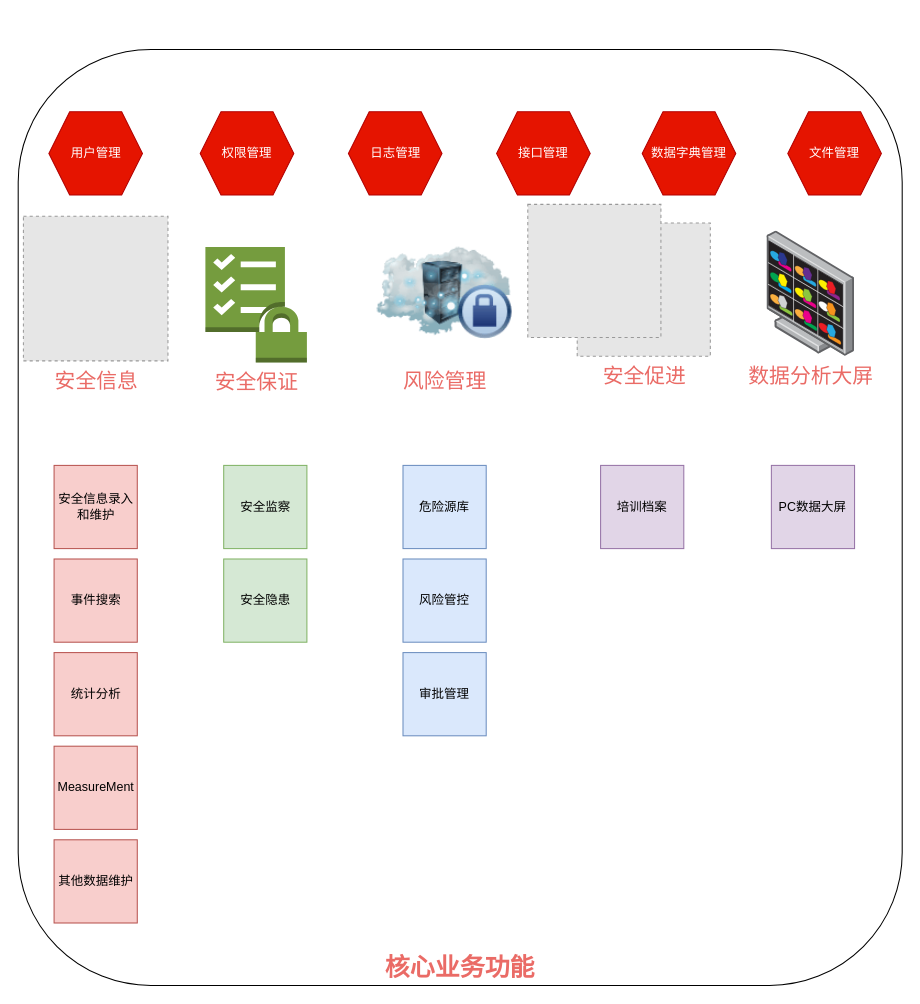
Above: SRMS应用架构图.drawio in newjacket/- (draw.io), before the change. Source tidied: cells renumbered, new cells numbered last; positions are measured from the earlier drawing's top-left corner, leaving out a move shared by most shapes. Both pictures are drawn from the tidied source at 104%, with x=0, y=0 at pixel (18, 49). Pictures stored in the file or linked from it are replaced by grey dashed boxes.
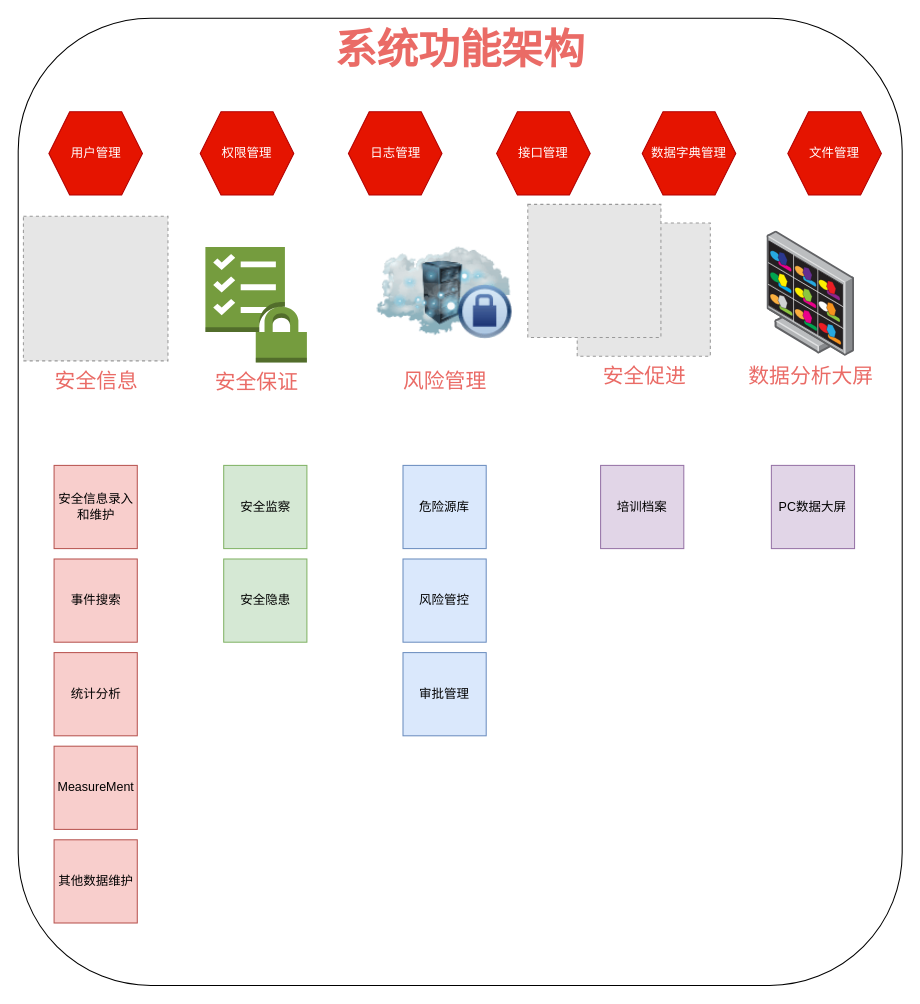
Above is the later version.

Commit message (it also covers changes not shown here):
更新SRMS应用架构图.drawio

Change to the diagram source:
```diff
@@
-    <mxCell id="2" value="&lt;font color=&quot;#ea6b66&quot;&gt;&lt;b&gt;核心业务功能&lt;/b&gt;&lt;/font&gt;" style="rounded=1;whiteSpace=wrap;html=1;fontSize=24;verticalAlign=bottom;" parent="1" vertex="1">
-      <mxGeometry width="850" height="900" as="geometry" />
+    <mxCell id="2" value="&lt;font color=&quot;#ea6b66&quot; style=&quot;font-size: 40px;&quot;&gt;&lt;span style=&quot;font-size: 40px;&quot;&gt;系统功能架构&lt;/span&gt;&lt;/font&gt;" style="rounded=1;whiteSpace=wrap;html=1;fontSize=40;verticalAlign=top;fontStyle=1;" parent="1" vertex="1">
+      <mxGeometry y="-30" width="850" height="930" as="geometry" />
     </mxCell>
```
